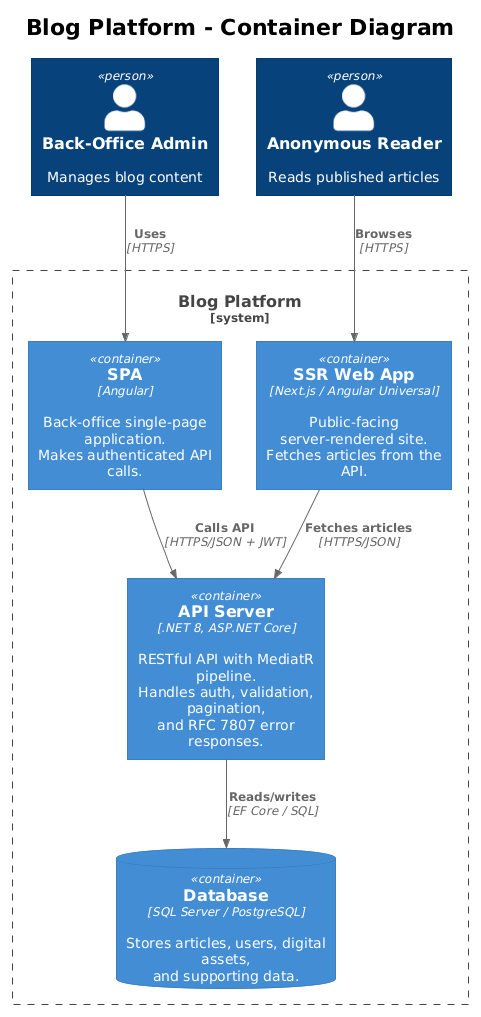
This is docs/detailed-designs/06-restful-api/diagrams/c4_container.png from QuinntyneBrown/Blog, a PlantUML export, as it was before one commit.
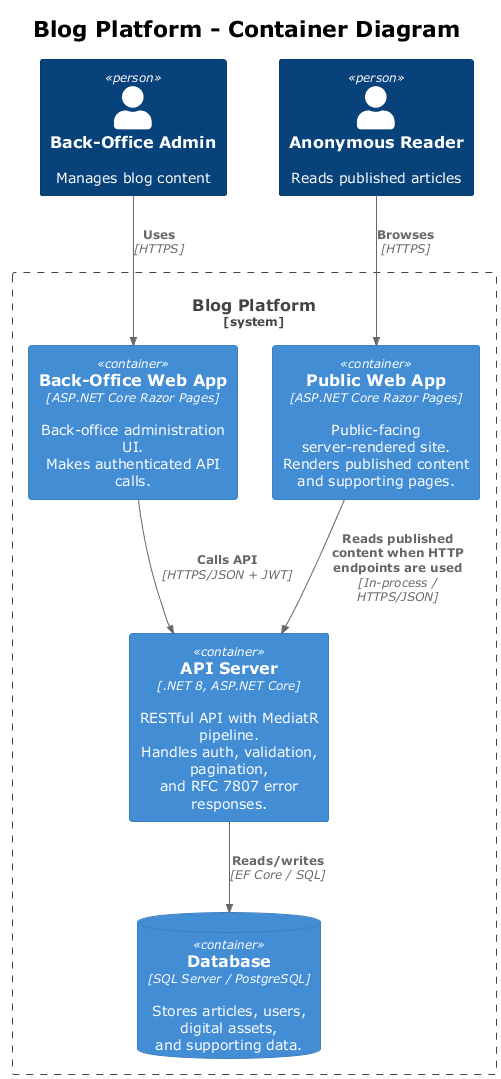
The same diagram one commit later.

Diff of the diagram source:
```diff
@@ -1,4 +1,4 @@
-@startuml
+@startuml c4_container
 !theme plain
 !include <C4/C4_Container>
 
@@ -8,15 +8,16 @@
 Person(reader, "Anonymous Reader", "Reads published articles")
 
 System_Boundary(blog, "Blog Platform") {
-    Container(spa, "SPA", "Angular", "Back-office single-page application.\nMakes authenticated API calls.")
-    Container(ssr, "SSR Web App", "Next.js / Angular Universal", "Public-facing server-rendered site.\nFetches articles from the API.")
+    Container(adminweb, "Back-Office Web App", "ASP.NET Core Razor Pages", "Back-office administration UI.\nMakes authenticated API calls.")
+    Container(publicweb, "Public Web App", "ASP.NET Core Razor Pages", "Public-facing server-rendered site.\nRenders published content and supporting pages.")
     Container(api, "API Server", ".NET 8, ASP.NET Core", "RESTful API with MediatR pipeline.\nHandles auth, validation, pagination,\nand RFC 7807 error responses.")
     ContainerDb(db, "Database", "SQL Server / PostgreSQL", "Stores articles, users, digital assets,\nand supporting data.")
 }
 
-Rel(admin, spa, "Uses", "HTTPS")
-Rel(reader, ssr, "Browses", "HTTPS")
-Rel(spa, api, "Calls API", "HTTPS/JSON + JWT")
-Rel(ssr, api, "Fetches articles", "HTTPS/JSON")
+Rel(admin, adminweb, "Uses", "HTTPS")
+Rel(reader, publicweb, "Browses", "HTTPS")
+Rel(adminweb, api, "Calls API", "HTTPS/JSON + JWT")
+Rel(publicweb, api, "Reads published content when HTTP endpoints are used", "In-process / HTTPS/JSON")
 Rel(api, db, "Reads/writes", "EF Core / SQL")
+
 @enduml
```
